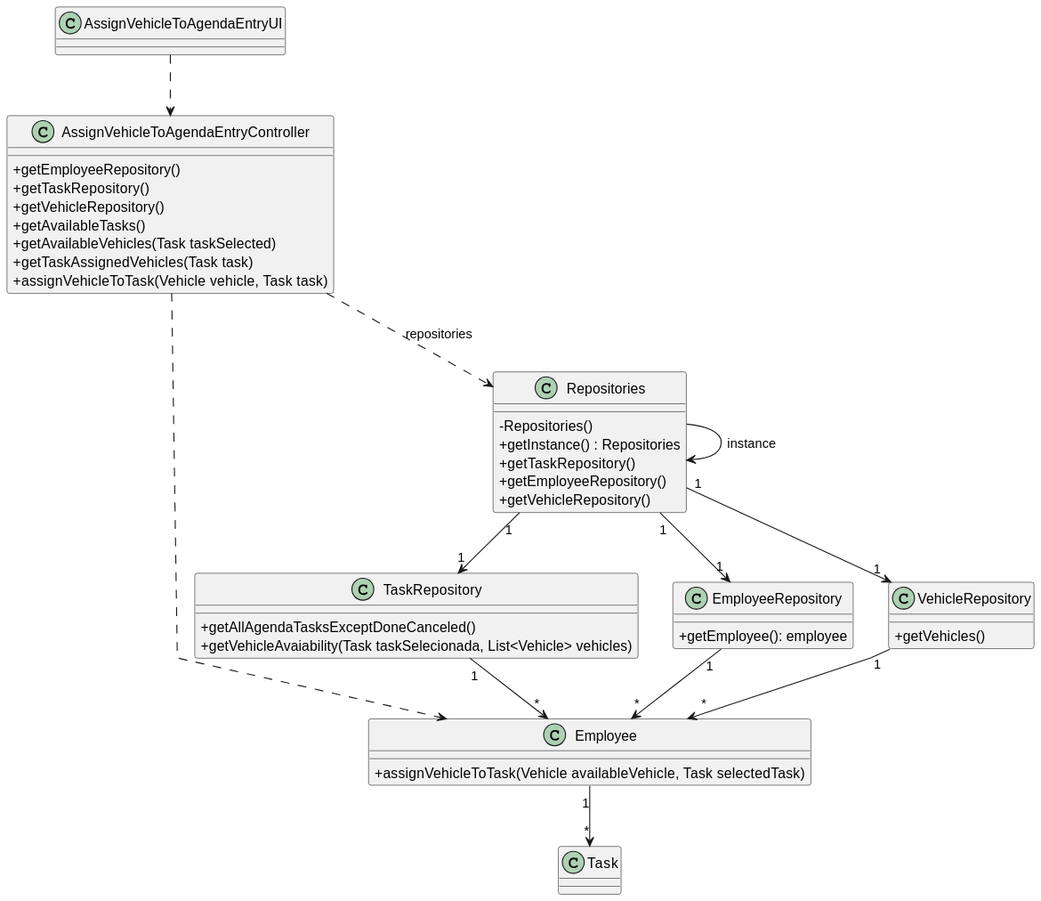
The PlantUML diagram docs/sprintC/US026/03.design/svg/us026-class-diagram.svg in LopemigueISEP/lei-24-s2-1nb-g312, before a commit.
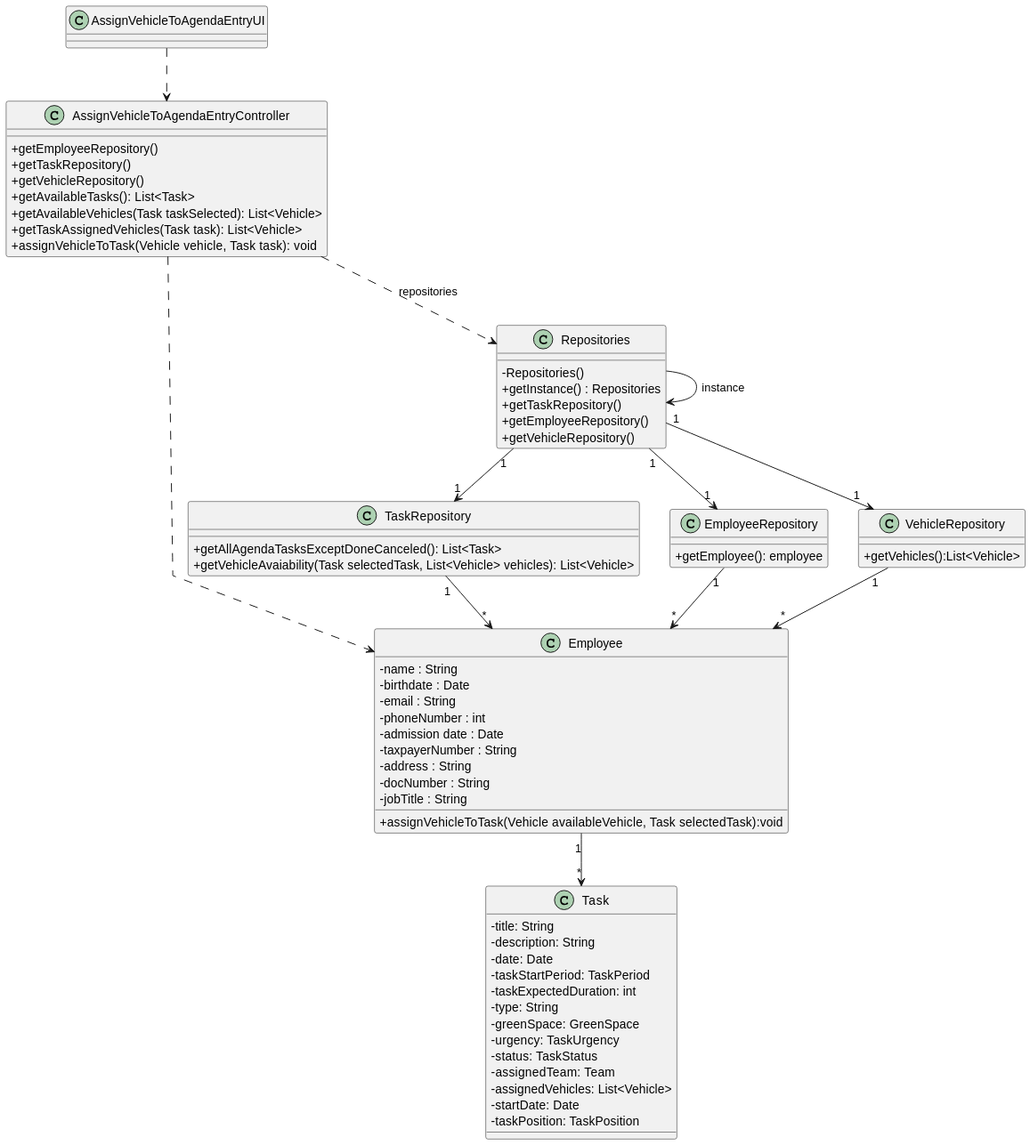
After the commit.

Commit message:
US26 - small update class diagram #7

The edit, as a diff of the source:
```diff
@@ -13,22 +13,44 @@
 +getEmployeeRepository()
 +getTaskRepository()
 +getVehicleRepository()
-+getAvailableTasks()
-+getAvailableVehicles(Task taskSelected)
-+getTaskAssignedVehicles(Task task)
-+assignVehicleToTask(Vehicle vehicle, Task task)
++getAvailableTasks(): List<Task>
++getAvailableVehicles(Task taskSelected): List<Vehicle>
++getTaskAssignedVehicles(Task task): List<Vehicle>
++assignVehicleToTask(Vehicle vehicle, Task task): void
 }
 
 class Employee {
-+assignVehicleToTask(Vehicle availableVehicle, Task selectedTask)
+    -name : String
+    -birthdate : Date
+    -email : String
+    -phoneNumber : int
+    -admission date : Date
+    -taxpayerNumber : String
+    -address : String
+    -docNumber : String
+    -jobTitle : String
++assignVehicleToTask(Vehicle availableVehicle, Task selectedTask):void
 }
 
 class Task{
+-title: String
+    -description: String
+    -date: Date
+    -taskStartPeriod: TaskPeriod
+    -taskExpectedDuration: int
+    -type: String
+    -greenSpace: GreenSpace
+    -urgency: TaskUrgency
+    -status: TaskStatus
+    -assignedTeam: Team
+    -assignedVehicles: List<Vehicle>
+    -startDate: Date
+    -taskPosition: TaskPosition
 }
 
 class TaskRepository {
-+getAllAgendaTasksExceptDoneCanceled()
-+getVehicleAvaiability(Task taskSelecionada, List<Vehicle> vehicles)
++getAllAgendaTasksExceptDoneCanceled(): List<Task>
++getVehicleAvaiability(Task selectedTask, List<Vehicle> vehicles): List<Vehicle>
 }
 
 class EmployeeRepository {
@@ -36,7 +58,7 @@
 }
 
 class VehicleRepository{
-+getVehicles()
++getVehicles():List<Vehicle>
 
 }
 
```
